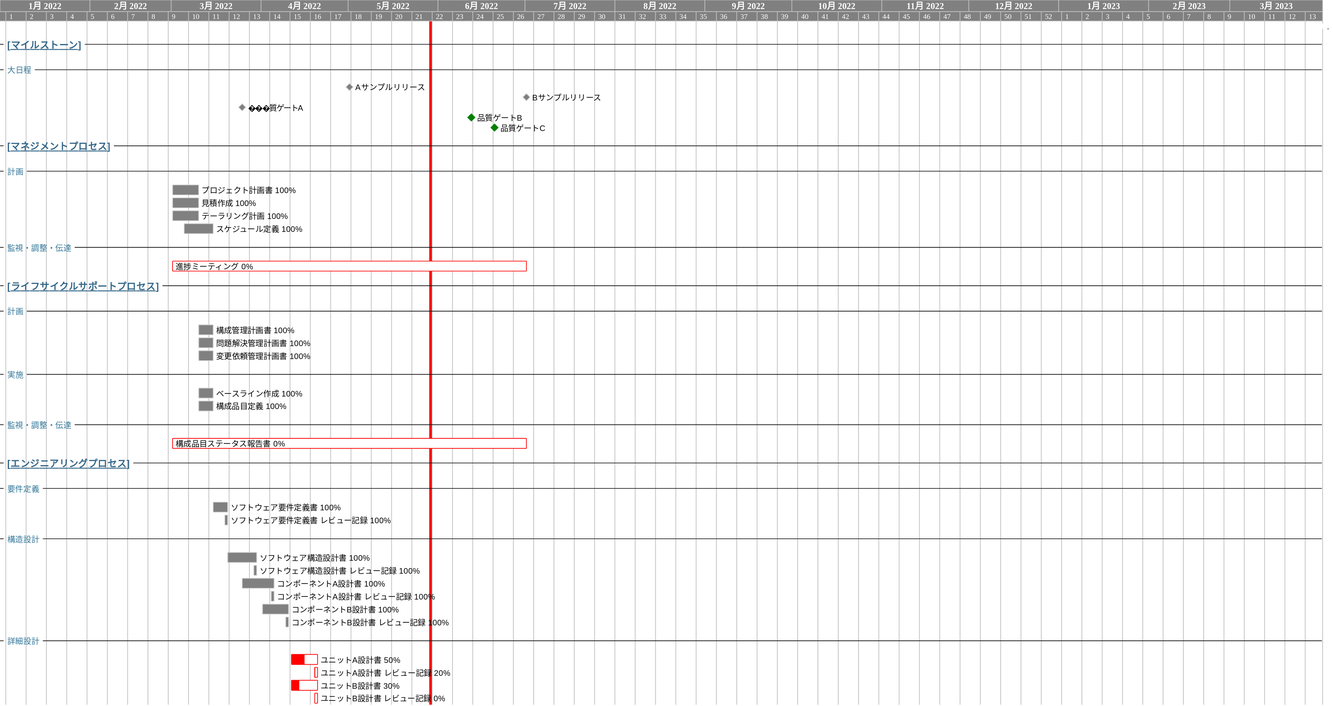
The PlantUML diagram gantt_chart.svg in shiftdownet/E2S4K, before a commit.
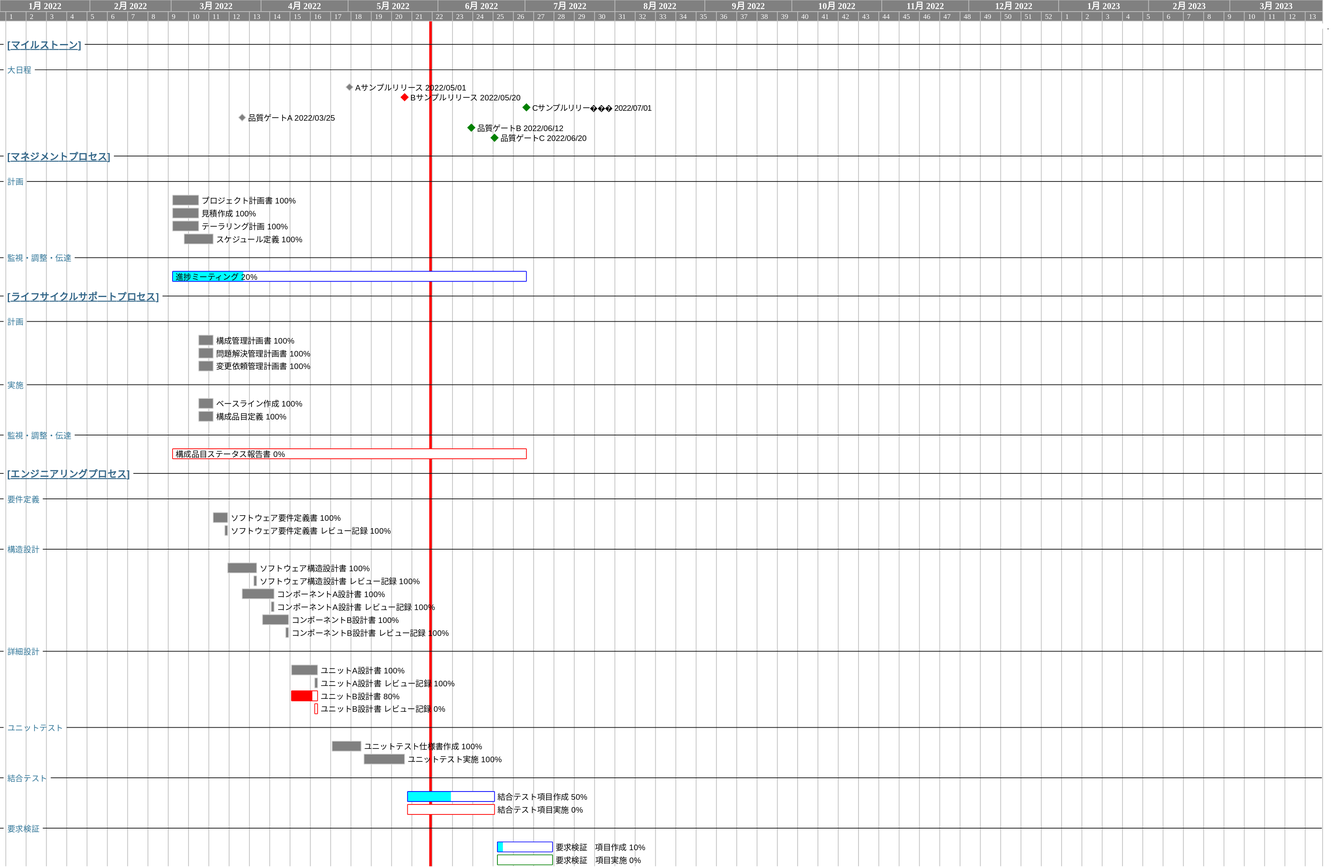
After the commit.

Diff of the diagram source:
```diff
@@ -37,7 +37,7 @@
 
         !if $item.level3 != ""
             !if $item.p_starts_at == $item.p_ends_at
-                [$item.level3] as [$task_id] happens at $item.p_starts_at
+                [$item.level3 $_("",$item.p_starts_at,"", "0")] as [$task_id] happens at $item.p_starts_at
             !else
                 [$item.level3 $_("",$item.progress,"", "0")%] as [$task_id] starts at $item.p_starts_at and ends at $item.p_ends_at
             !endif
```
